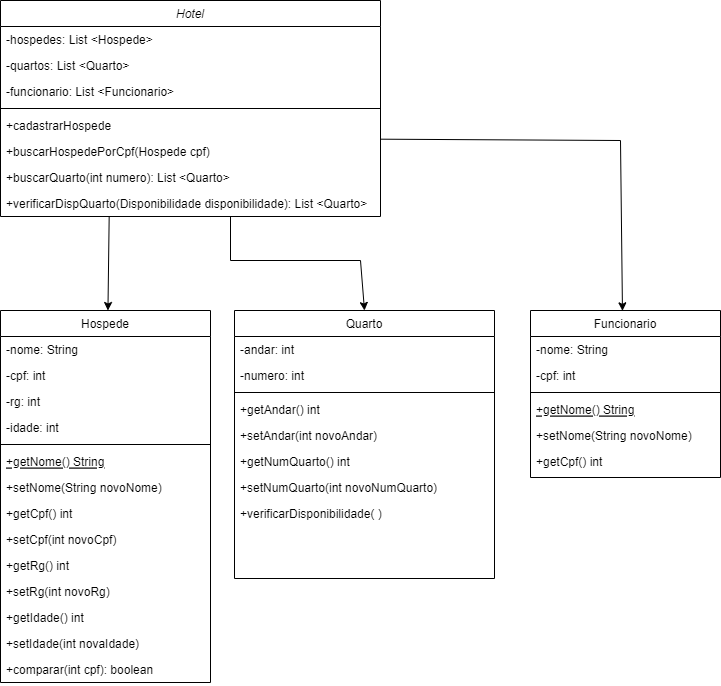
Before: Engenharia de Software/Diagrama de Classes UML.drawio.png, a diagram exported from draw.io (MurilowJr/bertoti). Source tidied: cells renumbered, new cells last; positions are measured from the earlier drawing's top-left corner, leaving out a move shared by most shapes.
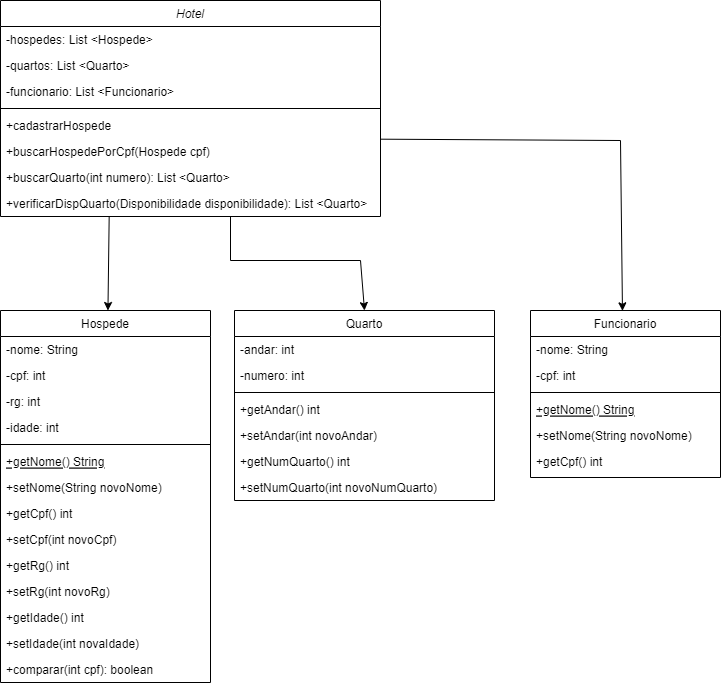
The same diagram one commit later.

What changed in the source:
```diff
@@ -81,7 +81,7 @@
       <mxGeometry y="346" width="210" height="26" as="geometry" />
     </mxCell>
     <mxCell id="27" value="Quarto" style="swimlane;fontStyle=0;align=center;verticalAlign=top;horizontal=1;startSize=26;rounded=0;shadow=0;strokeWidth=1;" parent="1" vertex="1">
-      <mxGeometry x="234" y="310" width="260" height="268" as="geometry" />
+      <mxGeometry x="234" y="310" width="260" height="190" as="geometry" />
     </mxCell>
     <mxCell id="28" value="-andar: int" style="text;align=left;verticalAlign=top;spacingLeft=4;spacingRight=4;overflow=hidden;" parent="27" vertex="1">
       <mxGeometry y="26" width="260" height="26" as="geometry" />
@@ -104,9 +104,6 @@
     <mxCell id="34" value="+setNumQuarto(int novoNumQuarto) " style="text;align=left;verticalAlign=top;spacingLeft=4;spacingRight=4;overflow=hidden;" parent="27" vertex="1">
       <mxGeometry y="164" width="260" height="26" as="geometry" />
     </mxCell>
-    <mxCell id="35" value="+verificarDisponibilidade( )" style="text;align=left;verticalAlign=top;spacingLeft=4;spacingRight=4;overflow=hidden;" parent="27" vertex="1">
-      <mxGeometry y="190" width="260" height="26" as="geometry" />
-    </mxCell>
     <mxCell id="36" value="Funcionario" style="swimlane;fontStyle=0;align=center;verticalAlign=top;horizontal=1;startSize=26;rounded=0;shadow=0;strokeWidth=1;" parent="1" vertex="1">
       <mxGeometry x="530" y="310" width="190" height="167" as="geometry" />
     </mxCell>
```
